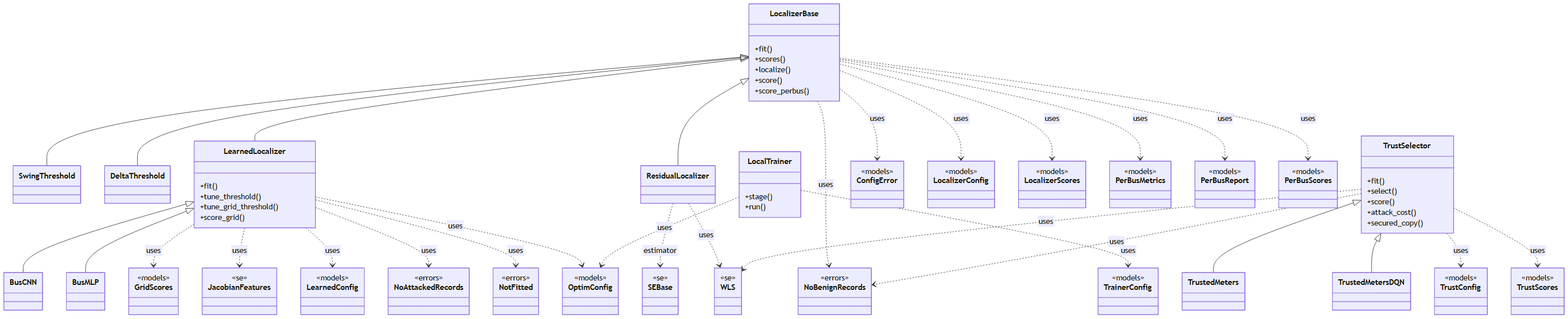
Earlier version of the Mermaid export docs/figures/diagrams/classes_localization_trust.png (myersben9/fdia-graph). Its source is kept beside it as docs/figures/diagrams/classes_localization_trust.mmd.
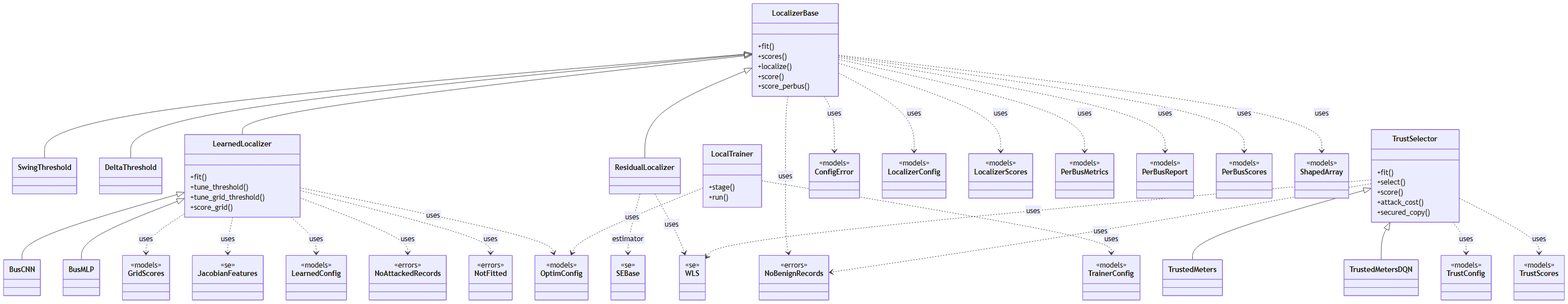
After the change.

The edit, as a diff of the source:
```diff
@@ -79,6 +79,9 @@
     class SEBase {
         <<se>>
     }
+    class ShapedArray {
+        <<models>>
+    }
     class TrainerConfig {
         <<models>>
     }
@@ -114,6 +117,7 @@
     LocalizerBase ..> PerBusMetrics : uses
     LocalizerBase ..> PerBusReport : uses
     LocalizerBase ..> PerBusScores : uses
+    LocalizerBase ..> ShapedArray : uses
     ResidualLocalizer ..> SEBase : estimator
     ResidualLocalizer ..> WLS : uses
     TrustSelector ..> NoBenignRecords : uses
```
